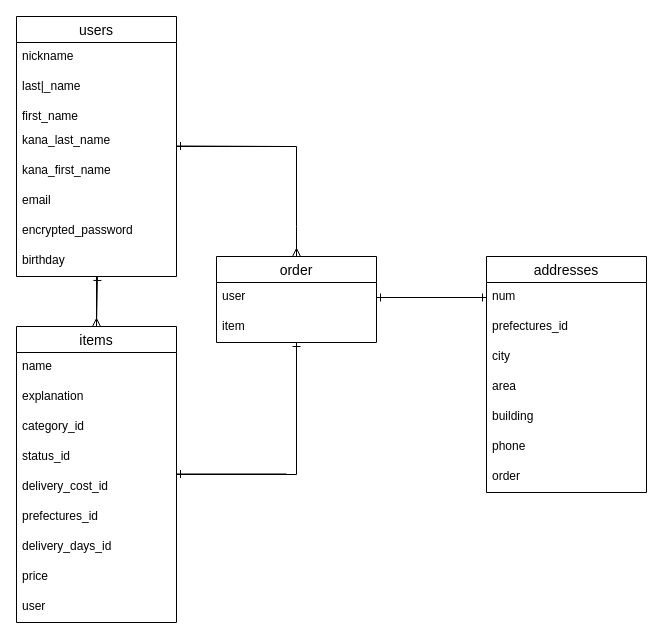
Earlier version of the draw.io diagram ER.dio (elcmist/furima-38687). Source tidied: cells renumbered, new cells numbered last; positions are measured from the earlier drawing's top-left corner, leaving out a move shared by most shapes. Both pictures are drawn from the tidied source at 100%, with x=0, y=0 at pixel (16, 16).
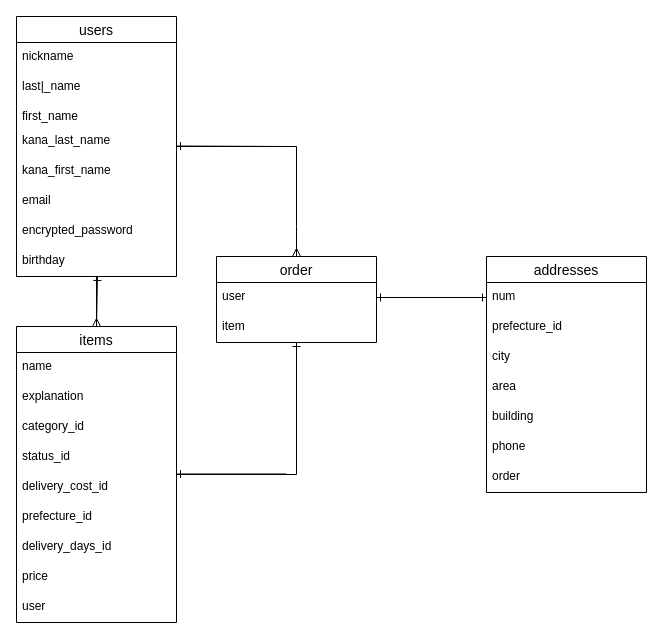
The same diagram, later.

Unchanged cells that the change refers to:
```xml
<mxCell id="15" value="items" style="swimlane;fontStyle=0;horizontal=1;startSize=26;align=center;fontSize=14;" parent="1" vertex="1">
  <mxGeometry y="310" width="160" height="296" as="geometry" />
</mxCell>
<mxCell id="25" value="addresses" style="swimlane;fontStyle=0;horizontal=1;startSize=26;align=center;fontSize=14;" parent="1" vertex="1">
  <mxGeometry x="470" y="240" width="160" height="236" as="geometry" />
</mxCell>
```

Change to the diagram source:
```diff
@@
-    <mxCell id="21" value="prefectures_id" style="text;strokeColor=none;fillColor=none;spacingLeft=4;spacingRight=4;overflow=hidden;fontSize=12;" parent="15" vertex="1">
+    <mxCell id="21" value="prefecture_id" style="text;strokeColor=none;fillColor=none;spacingLeft=4;spacingRight=4;overflow=hidden;fontSize=12;" parent="15" vertex="1">
       <mxGeometry y="176" width="160" height="30" as="geometry" />
     </mxCell>
@@
-    <mxCell id="27" value="prefectures_id" style="text;strokeColor=none;fillColor=none;spacingLeft=4;spacingRight=4;overflow=hidden;fontSize=12;" parent="25" vertex="1">
+    <mxCell id="27" value="prefecture_id" style="text;strokeColor=none;fillColor=none;spacingLeft=4;spacingRight=4;overflow=hidden;fontSize=12;" parent="25" vertex="1">
       <mxGeometry y="56" width="160" height="30" as="geometry" />
     </mxCell>
```
